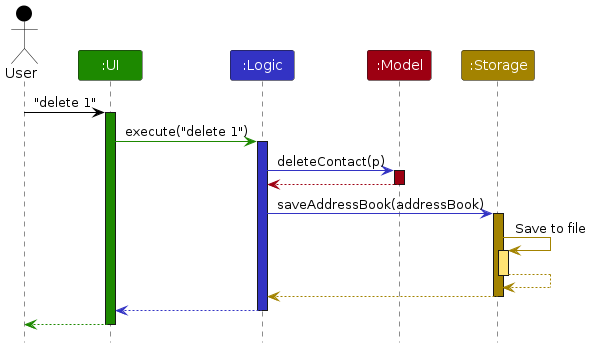
AY2425S2-CS2103-F08-4/tp keeps this PlantUML diagram as diagrams/ArchitectureSequenceDiagram.png. Above is the earlier version. Its source is kept beside it as diagrams/ArchitectureSequenceDiagram.puml. Its diagram source:
```plantuml
@startuml
!include style.puml
skinparam ArrowFontStyle plain

Actor User as user USER_COLOR
Participant ":UI" as ui UI_COLOR
Participant ":Logic" as logic LOGIC_COLOR
Participant ":Model" as model MODEL_COLOR
Participant ":Storage" as storage STORAGE_COLOR

user -[USER_COLOR]> ui : "delete 1"
activate ui UI_COLOR

ui -[UI_COLOR]> logic : execute("delete 1")
activate logic LOGIC_COLOR

logic -[LOGIC_COLOR]> model : deleteContact(p)
activate model MODEL_COLOR

model -[MODEL_COLOR]-> logic
deactivate model

logic -[LOGIC_COLOR]> storage : saveAddressBook(addressBook)
activate storage STORAGE_COLOR

storage -[STORAGE_COLOR]> storage : Save to file
activate storage STORAGE_COLOR_T1
storage --[STORAGE_COLOR]> storage
deactivate storage

storage --[STORAGE_COLOR]> logic
deactivate storage

logic --[LOGIC_COLOR]> ui
deactivate logic

ui--[UI_COLOR]> user
deactivate ui
@enduml
```
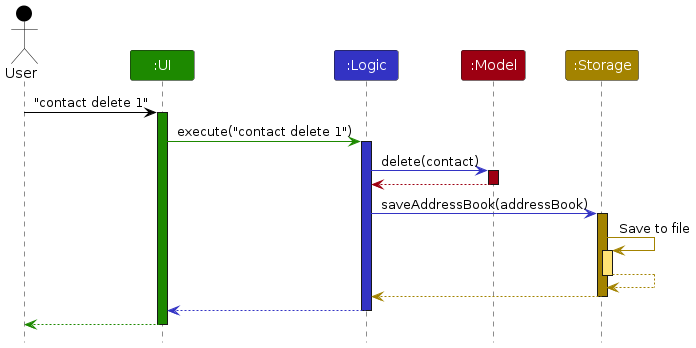
After the change.

Change to the diagram source:
```diff
@@ -8,13 +8,13 @@
 Participant ":Model" as model MODEL_COLOR
 Participant ":Storage" as storage STORAGE_COLOR
 
-user -[USER_COLOR]> ui : "delete 1"
+user -[USER_COLOR]> ui : "contact delete 1"
 activate ui UI_COLOR
 
-ui -[UI_COLOR]> logic : execute("delete 1")
+ui -[UI_COLOR]> logic : execute("contact delete 1")
 activate logic LOGIC_COLOR
 
-logic -[LOGIC_COLOR]> model : deleteContact(p)
+logic -[LOGIC_COLOR]> model : delete(contact)
 activate model MODEL_COLOR
 
 model -[MODEL_COLOR]-> logic
```
